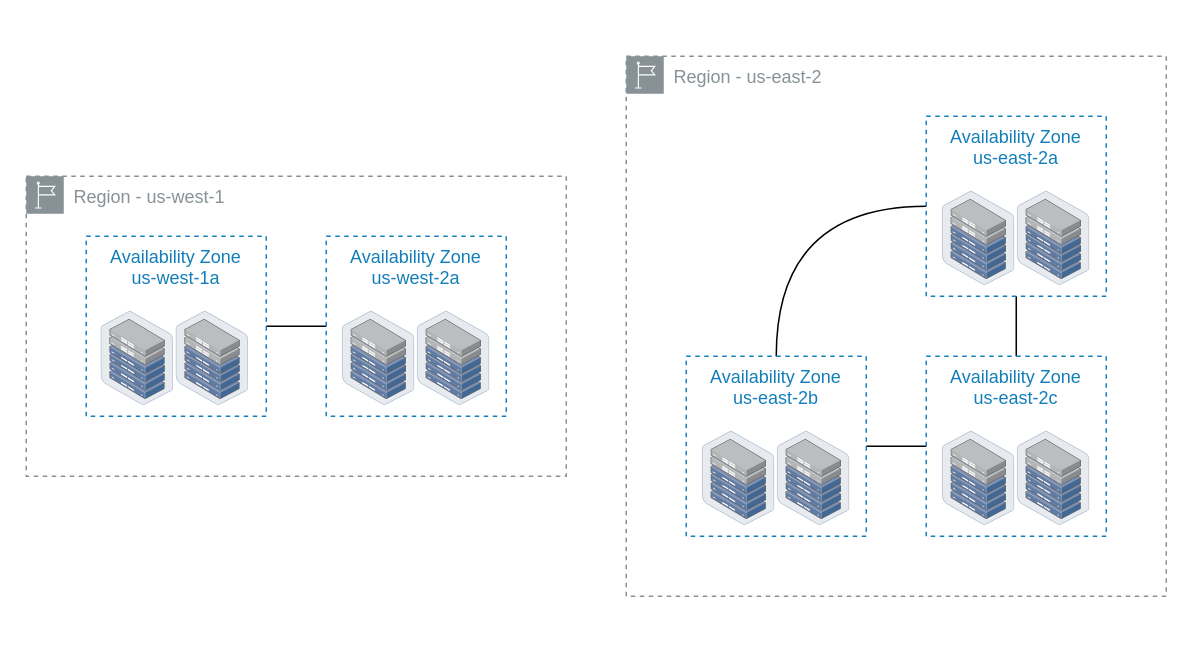
Above: diagrams/regions.drawio in MichaelStott/tech-squawks (draw.io), before the change. Source tidied: cells renumbered, new cells numbered last; positions are measured from the earlier drawing's top-left corner, leaving out a move shared by most shapes. Both pictures are drawn from the tidied source at 150%, with x=0, y=0 at pixel (26, 56).
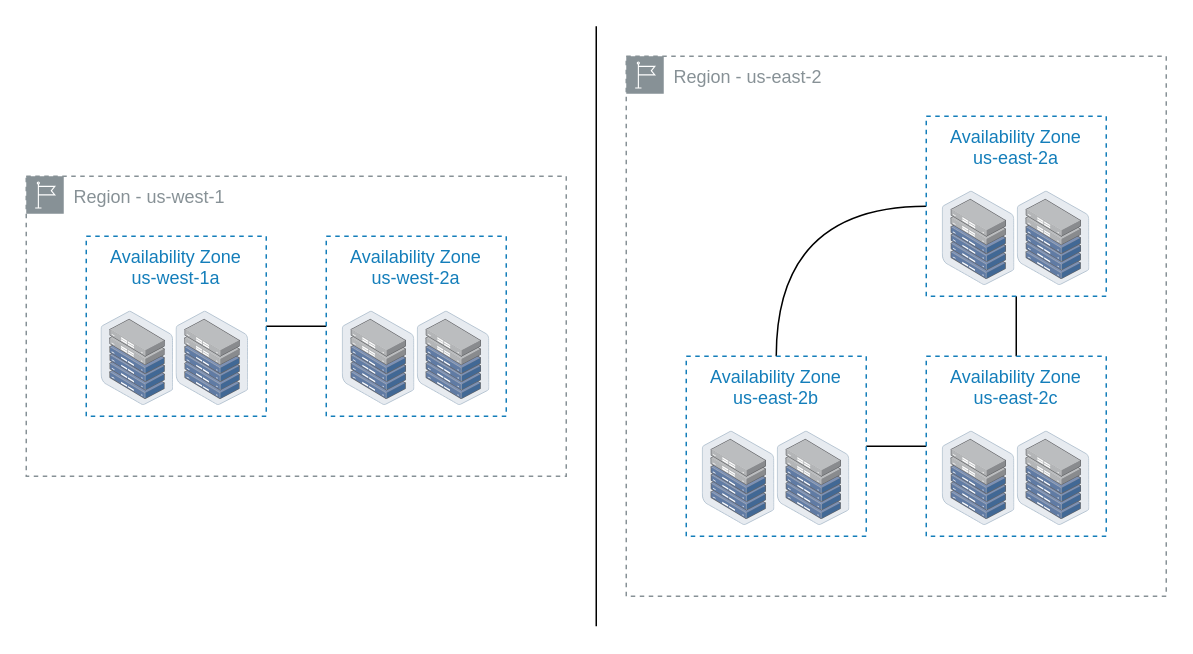
After the change.

Diff of the diagram source:
```diff
@@
+    <mxCell id="23" style="endArrow=none;html=1;rounded=0;" parent="1" edge="1">
+      <mxGeometry relative="1" as="geometry">
+        <mxPoint x="380" y="380" as="sourcePoint" />
+        <mxPoint x="380" y="-20" as="targetPoint" />
+      </mxGeometry>
+    </mxCell>
```
